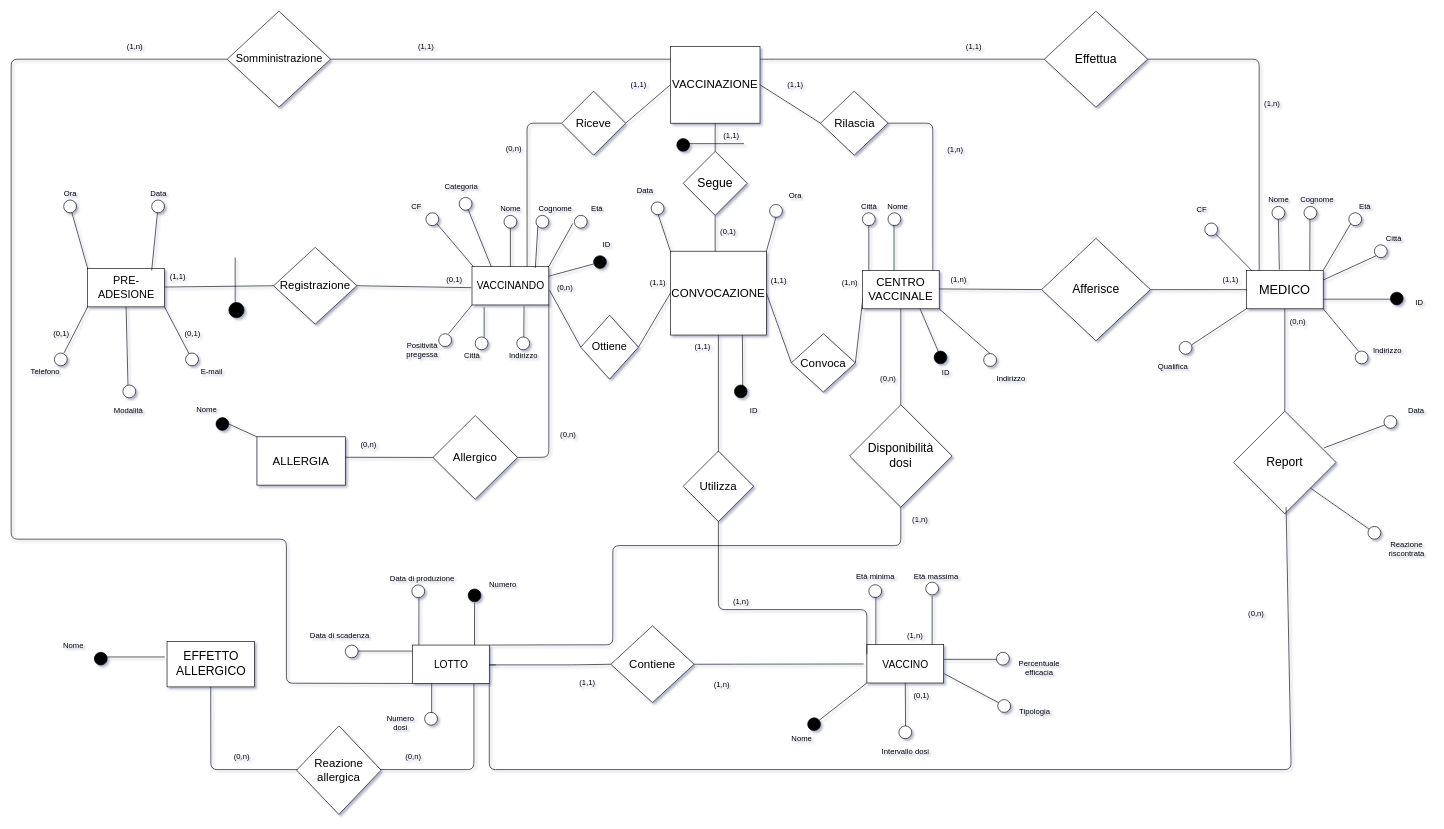
Earlier version of the draw.io diagram page "ERristr" (1 of 2) of bd/Schema E/ERristrutturato.drawio (shaggyishere/VaccineDatabase). Source tidied: cells renumbered, new cells numbered last; positions are measured from the earlier drawing's top-left corner, leaving out a move shared by most shapes. Both pictures are drawn from the tidied source at 64%, with x=0, y=0 at pixel (11, 11).
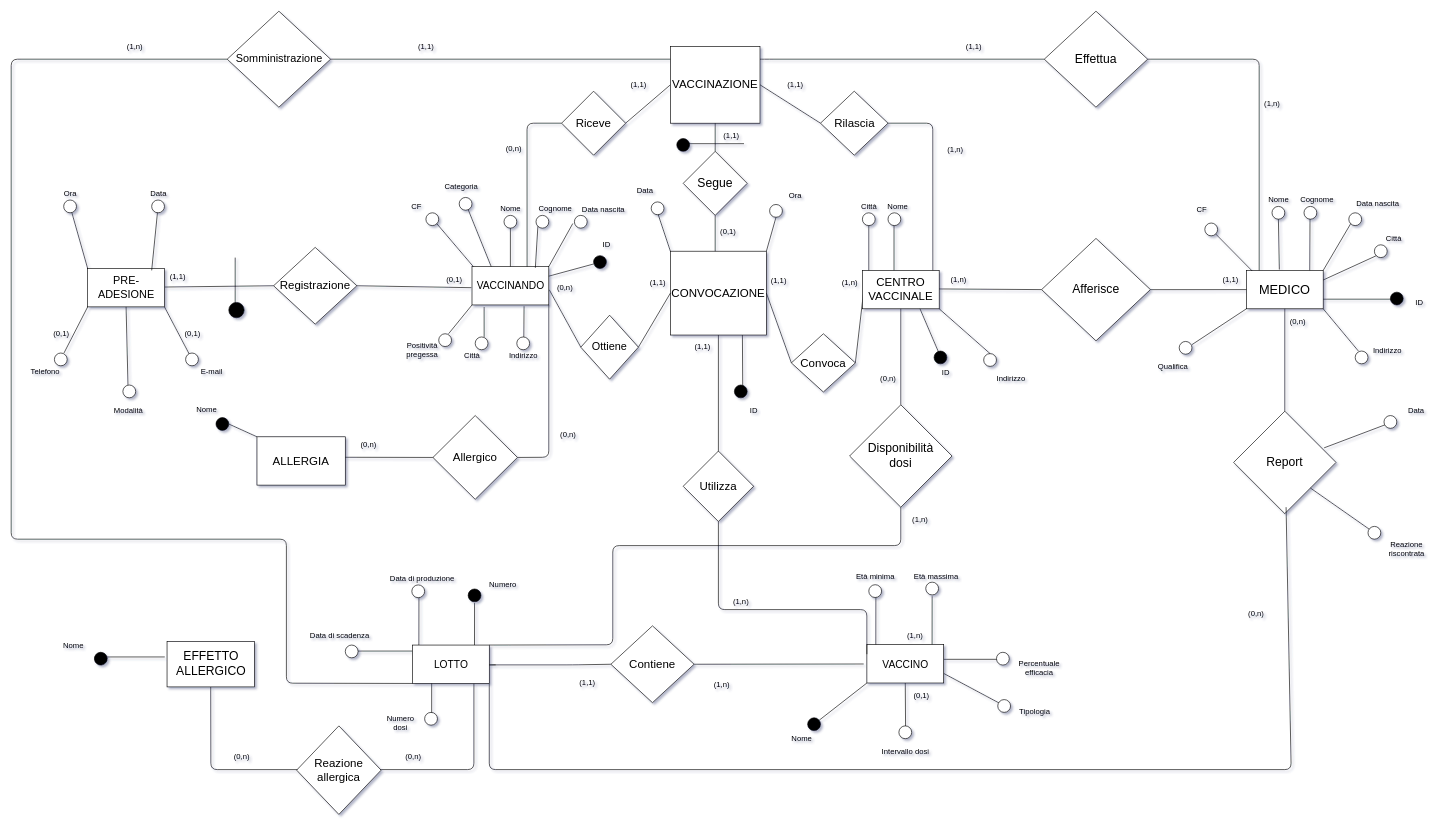
The same page after the edit.

Commit message:
modifica agli attributi età di medico e vaccinando

Diff of the diagram source:
```diff
@@
-    <mxCell id="82" value="Età" style="text;html=1;align=center;verticalAlign=middle;strokeColor=none;" parent="1" vertex="1">
-      <mxGeometry x="900" y="299" width="30" height="20" as="geometry" />
+    <mxCell id="82" value="Data nascita" style="text;html=1;align=center;verticalAlign=middle;strokeColor=none;" parent="1" vertex="1">
+      <mxGeometry x="885" y="301" width="80" height="20" as="geometry" />
     </mxCell>
@@
-    <mxCell id="138" value="Età" style="text;html=1;align=center;verticalAlign=middle;strokeColor=none;" parent="1" vertex="1">
-      <mxGeometry x="2100" y="295" width="30" height="20" as="geometry" />
+    <mxCell id="138" value="Data nascita" style="text;html=1;align=center;verticalAlign=middle;strokeColor=none;" parent="1" vertex="1">
+      <mxGeometry x="2095" y="291" width="80" height="20" as="geometry" />
     </mxCell>
```
